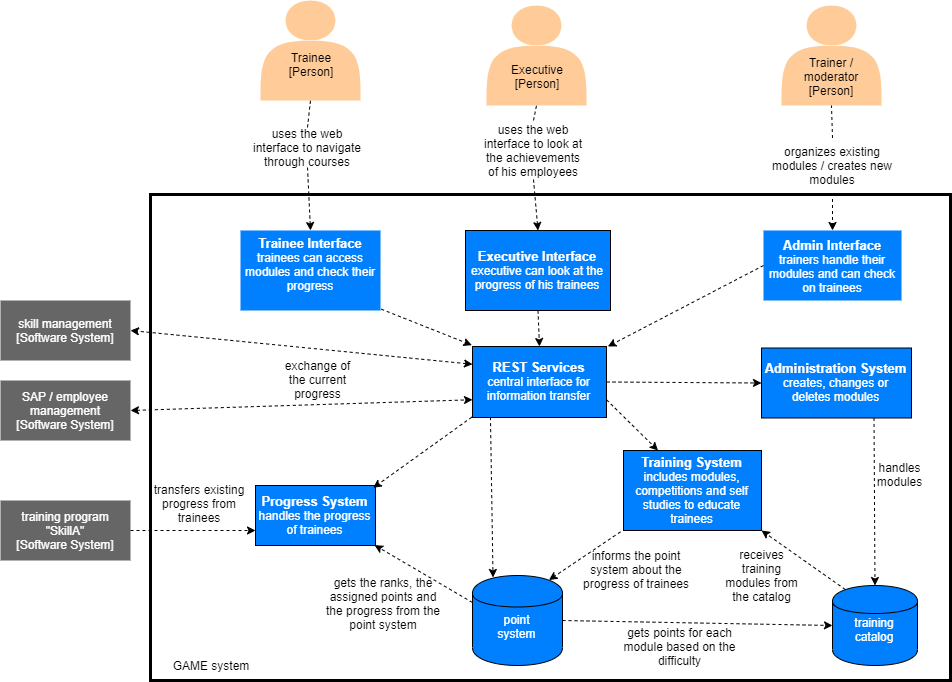
This is documentation/img/c4_container.png from game-admin/game, a draw.io export, as it was before one commit. Source tidied: cells renumbered, new cells last; positions are measured from the earlier drawing's top-left corner, leaving out a move shared by most shapes.
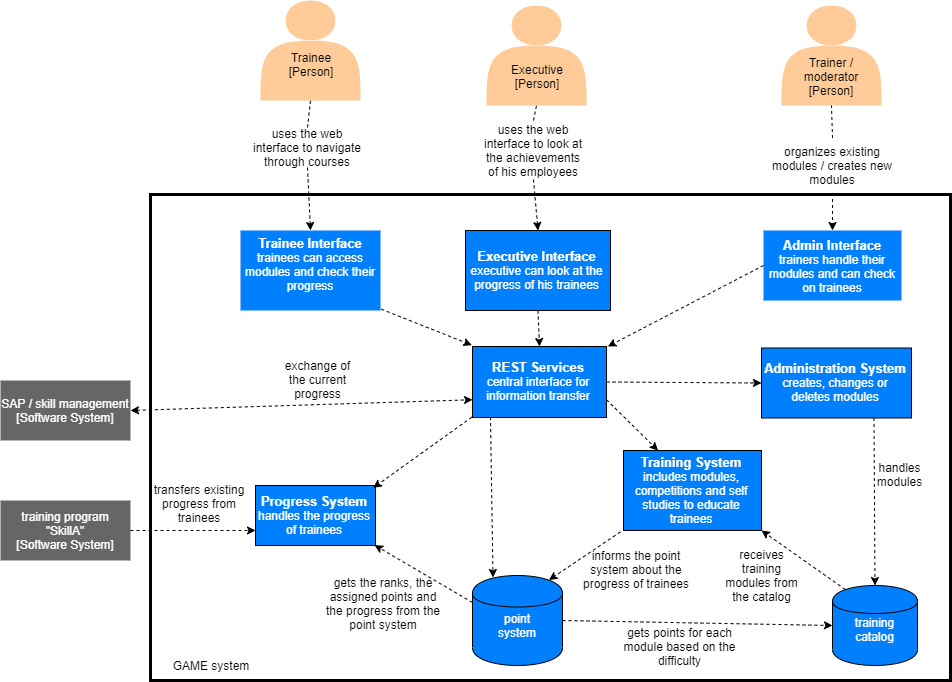
The same file after the commit.

Commit message:
Refactored container

Change to the diagram source:
```diff
@@ -59,10 +59,7 @@
     <mxCell id="20" value="GAME system" style="text;html=1;strokeColor=none;fillColor=none;align=center;verticalAlign=middle;whiteSpace=wrap;rounded=0;" parent="1" vertex="1">
       <mxGeometry x="165" y="660" width="90" height="10" as="geometry" />
     </mxCell>
-    <mxCell id="21" value="&lt;font color=&quot;#ffffff&quot;&gt;skill management&lt;br&gt;[Software System]&lt;br&gt;&lt;/font&gt;" style="rounded=0;whiteSpace=wrap;html=1;fillColor=#666666;strokeColor=none;fontColor=#333333;" parent="1" vertex="1">
-      <mxGeometry y="300" width="130" height="60" as="geometry" />
-    </mxCell>
-    <mxCell id="22" value="&lt;font color=&quot;#ffffff&quot;&gt;SAP / employee management&lt;br&gt;[Software System]&lt;br&gt;&lt;/font&gt;" style="rounded=0;whiteSpace=wrap;html=1;fillColor=#666666;strokeColor=none;" parent="1" vertex="1">
+    <mxCell id="22" value="&lt;font color=&quot;#ffffff&quot;&gt;SAP / skill management&lt;br&gt;[Software System]&lt;br&gt;&lt;/font&gt;" style="rounded=0;whiteSpace=wrap;html=1;fillColor=#666666;strokeColor=none;" parent="1" vertex="1">
       <mxGeometry y="380" width="130" height="60" as="geometry" />
     </mxCell>
     <mxCell id="23" value="&lt;font color=&quot;#ffffff&quot;&gt;training program &quot;SkillA&quot;&lt;br&gt;[Software System]&lt;br&gt;&lt;/font&gt;" style="rounded=0;whiteSpace=wrap;html=1;strokeColor=none;fillColor=#666666;" parent="1" vertex="1">
@@ -101,9 +98,6 @@
     <mxCell id="34" value="gets the ranks, the assigned points and the progress from the point system" style="text;html=1;strokeColor=none;fillColor=none;align=center;verticalAlign=middle;whiteSpace=wrap;rounded=0;rotation=0;" parent="1" vertex="1">
       <mxGeometry x="323" y="593" width="120" height="20" as="geometry" />
     </mxCell>
-    <mxCell id="35" style="endArrow=classic;startArrow=classic;html=1;dashed=1;entryX=1;entryY=0.5;entryDx=0;entryDy=0;exitX=0;exitY=0.25;exitDx=0;exitDy=0;" parent="1" edge="1" source="14" target="21">
-      <mxGeometry relative="1" as="geometry" />
-    </mxCell>
     <mxCell id="36" style="endArrow=classic;startArrow=classic;html=1;dashed=1;exitX=1;exitY=0.5;exitDx=0;exitDy=0;entryX=0;entryY=0.75;entryDx=0;entryDy=0;" parent="1" edge="1" source="22" target="14">
       <mxGeometry relative="1" as="geometry" />
     </mxCell>
```
